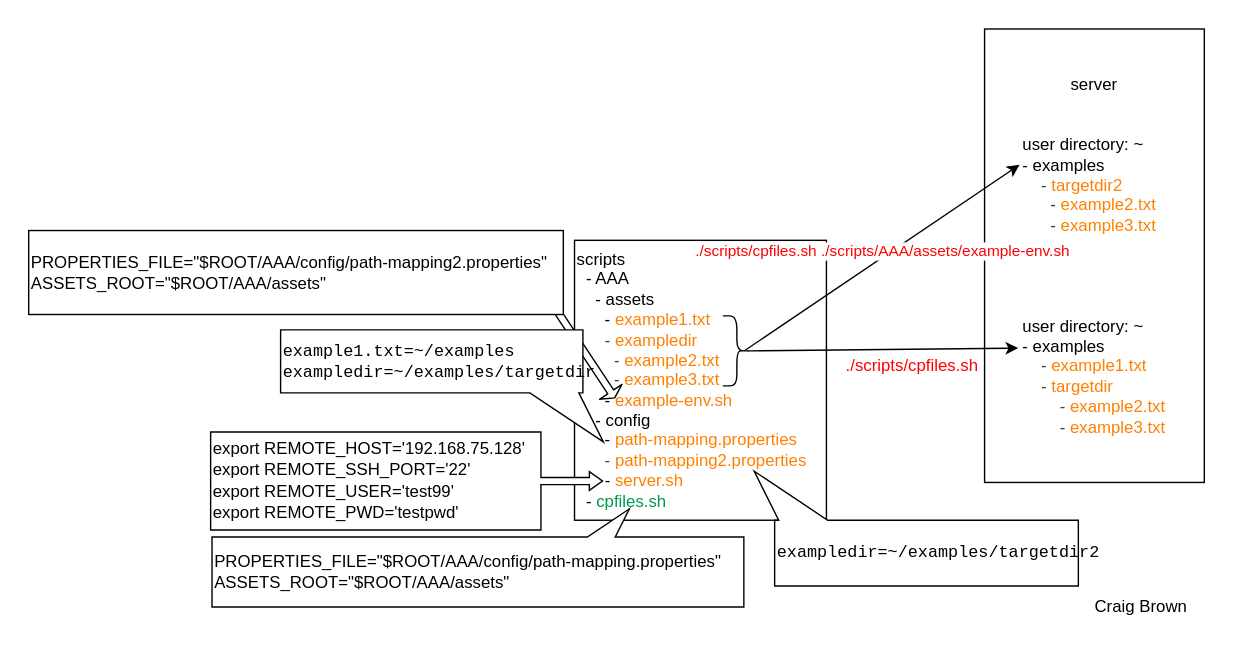
Above: docs/assets/scripts/cpfiles.svg in saidake/simi-sandbox (draw.io), before the change. Source tidied: cells renumbered, new cells last; positions are measured from the earlier drawing's top-left corner, leaving out a move shared by most shapes.
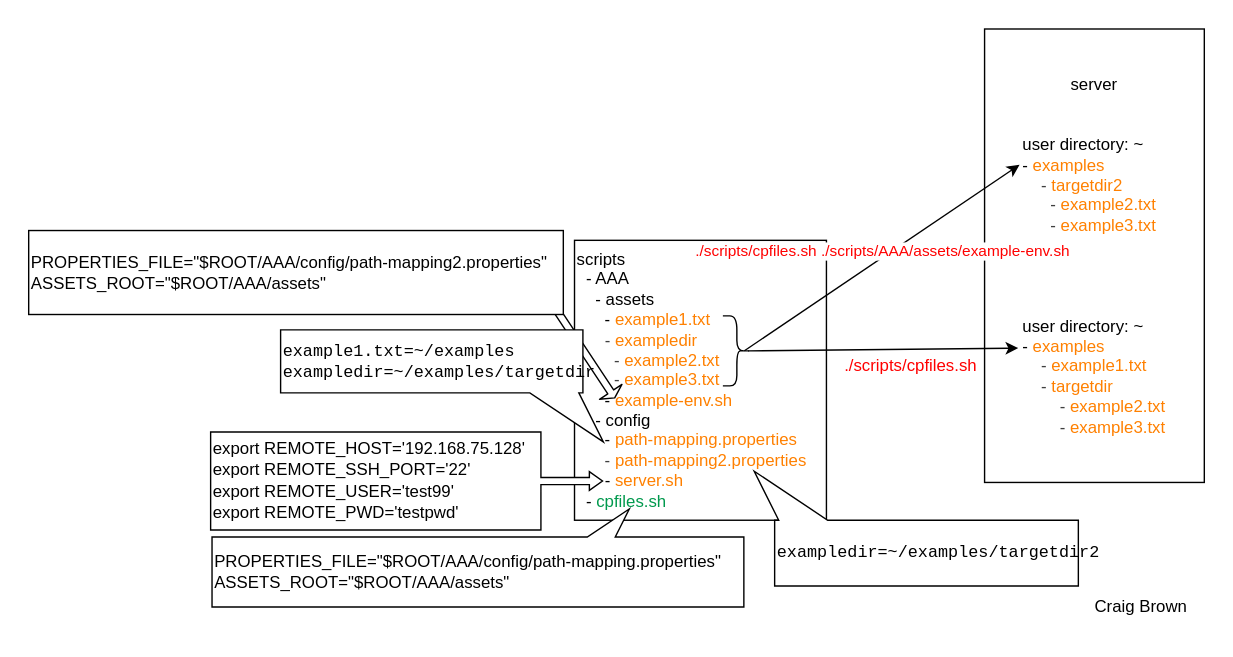
After the change.

What changed in the source:
```diff
@@ -2,7 +2,7 @@
   <root>
     <mxCell id="0" />
     <mxCell id="1" parent="0" />
-    <mxCell id="2" value="&lt;span style=&quot;color: rgb(0, 0, 0);&quot;&gt;server&lt;/span&gt;&lt;div&gt;&lt;br&gt;&lt;/div&gt;&lt;div style=&quot;text-align: left;&quot;&gt;&lt;br&gt;&lt;/div&gt;&lt;div style=&quot;text-align: left;&quot;&gt;&lt;div&gt;user directory: ~&lt;/div&gt;&lt;div style=&quot;text-align: center;&quot;&gt;&lt;div style=&quot;text-align: left;&quot;&gt;- examples&lt;/div&gt;&lt;div style=&quot;text-align: left;&quot;&gt;&lt;font style=&quot;background-color: transparent; color: rgb(255, 128, 0);&quot;&gt;&amp;nbsp; &amp;nbsp;&amp;nbsp;&lt;span style=&quot;color: rgb(63, 63, 63);&quot;&gt;-&amp;nbsp;&lt;/span&gt;targetdir2&lt;/font&gt;&lt;/div&gt;&lt;/div&gt;&lt;div&gt;&amp;nbsp; &amp;nbsp; &amp;nbsp;&amp;nbsp;&lt;font style=&quot;color: rgb(255, 128, 0);&quot;&gt;&lt;span style=&quot;color: rgb(63, 63, 63);&quot;&gt;-&amp;nbsp;&lt;/span&gt;example2.txt&lt;/font&gt;&lt;/div&gt;&lt;div&gt;&amp;nbsp; &amp;nbsp; &amp;nbsp;&amp;nbsp;&lt;font style=&quot;color: rgb(255, 128, 0);&quot;&gt;&lt;span style=&quot;color: rgb(63, 63, 63);&quot;&gt;-&amp;nbsp;&lt;/span&gt;example3.txt&lt;/font&gt;&lt;/div&gt;&lt;/div&gt;&lt;div style=&quot;text-align: left;&quot;&gt;&lt;br&gt;&lt;/div&gt;&lt;div style=&quot;text-align: left;&quot;&gt;&lt;br&gt;&lt;/div&gt;&lt;div style=&quot;text-align: left;&quot;&gt;&lt;br&gt;&lt;/div&gt;&lt;div style=&quot;text-align: left;&quot;&gt;&lt;br&gt;&lt;/div&gt;&lt;div style=&quot;text-align: left;&quot;&gt;user directory: ~&lt;/div&gt;&lt;div&gt;&lt;div style=&quot;text-align: left;&quot;&gt;&lt;span style=&quot;background-color: transparent;&quot;&gt;- examples&lt;/span&gt;&lt;/div&gt;&lt;div style=&quot;text-align: left;&quot;&gt;&lt;span style=&quot;background-color: transparent;&quot;&gt;&amp;nbsp; &amp;nbsp;&amp;nbsp;&lt;/span&gt;&lt;span style=&quot;color: rgb(63, 63, 63);&quot;&gt;-&amp;nbsp;&lt;/span&gt;&lt;span style=&quot;background-color: transparent;&quot;&gt;&lt;font style=&quot;color: rgb(255, 128, 0);&quot;&gt;example1.txt&lt;/font&gt;&lt;/span&gt;&lt;/div&gt;&lt;div style=&quot;text-align: left;&quot;&gt;&lt;span style=&quot;background-color: transparent;&quot;&gt;&lt;font style=&quot;color: rgb(255, 128, 0);&quot;&gt;&amp;nbsp; &amp;nbsp;&amp;nbsp;&lt;/font&gt;&lt;/span&gt;&lt;span style=&quot;color: rgb(63, 63, 63);&quot;&gt;-&amp;nbsp;&lt;/span&gt;&lt;span style=&quot;background-color: transparent;&quot;&gt;&lt;font style=&quot;color: rgb(255, 128, 0);&quot;&gt;targetdir&lt;/font&gt;&lt;/span&gt;&lt;/div&gt;&lt;/div&gt;&lt;div style=&quot;text-align: left;&quot;&gt;&amp;nbsp; &amp;nbsp; &amp;nbsp; &amp;nbsp;&amp;nbsp;&lt;font style=&quot;color: rgb(255, 128, 0);&quot;&gt;&lt;span style=&quot;color: rgb(63, 63, 63);&quot;&gt;-&amp;nbsp;&lt;/span&gt;example2.txt&lt;/font&gt;&lt;/div&gt;&lt;div style=&quot;text-align: left;&quot;&gt;&amp;nbsp; &amp;nbsp; &amp;nbsp; &amp;nbsp;&amp;nbsp;&lt;font style=&quot;color: rgb(255, 128, 0);&quot;&gt;&lt;span style=&quot;color: rgb(63, 63, 63);&quot;&gt;-&amp;nbsp;&lt;/span&gt;example3.txt&lt;/font&gt;&lt;/div&gt;" style="rounded=0;whiteSpace=wrap;html=1;fillColor=#FFFFFF;" parent="1" vertex="1">
+    <mxCell id="2" value="&lt;span style=&quot;color: rgb(0, 0, 0);&quot;&gt;server&lt;/span&gt;&lt;div&gt;&lt;br&gt;&lt;/div&gt;&lt;div style=&quot;text-align: left;&quot;&gt;&lt;br&gt;&lt;/div&gt;&lt;div style=&quot;text-align: left;&quot;&gt;&lt;div&gt;user directory: ~&lt;/div&gt;&lt;div style=&quot;text-align: center;&quot;&gt;&lt;div style=&quot;text-align: left;&quot;&gt;- &lt;font style=&quot;color: rgb(255, 128, 0);&quot;&gt;examples&lt;/font&gt;&lt;/div&gt;&lt;div style=&quot;text-align: left;&quot;&gt;&lt;font style=&quot;background-color: transparent; color: rgb(255, 128, 0);&quot;&gt;&amp;nbsp; &amp;nbsp;&amp;nbsp;&lt;span style=&quot;color: rgb(63, 63, 63);&quot;&gt;-&amp;nbsp;&lt;/span&gt;targetdir2&lt;/font&gt;&lt;/div&gt;&lt;/div&gt;&lt;div&gt;&amp;nbsp; &amp;nbsp; &amp;nbsp;&amp;nbsp;&lt;font style=&quot;color: rgb(255, 128, 0);&quot;&gt;&lt;span style=&quot;color: rgb(63, 63, 63);&quot;&gt;-&amp;nbsp;&lt;/span&gt;example2.txt&lt;/font&gt;&lt;/div&gt;&lt;div&gt;&amp;nbsp; &amp;nbsp; &amp;nbsp;&amp;nbsp;&lt;font style=&quot;color: rgb(255, 128, 0);&quot;&gt;&lt;span style=&quot;color: rgb(63, 63, 63);&quot;&gt;-&amp;nbsp;&lt;/span&gt;example3.txt&lt;/font&gt;&lt;/div&gt;&lt;/div&gt;&lt;div style=&quot;text-align: left;&quot;&gt;&lt;br&gt;&lt;/div&gt;&lt;div style=&quot;text-align: left;&quot;&gt;&lt;br&gt;&lt;/div&gt;&lt;div style=&quot;text-align: left;&quot;&gt;&lt;br&gt;&lt;/div&gt;&lt;div style=&quot;text-align: left;&quot;&gt;&lt;br&gt;&lt;/div&gt;&lt;div style=&quot;text-align: left;&quot;&gt;user directory: ~&lt;/div&gt;&lt;div&gt;&lt;div style=&quot;text-align: left;&quot;&gt;&lt;span style=&quot;background-color: transparent;&quot;&gt;- &lt;font style=&quot;color: rgb(255, 128, 0);&quot;&gt;examples&lt;/font&gt;&lt;/span&gt;&lt;/div&gt;&lt;div style=&quot;text-align: left;&quot;&gt;&lt;span style=&quot;background-color: transparent;&quot;&gt;&amp;nbsp; &amp;nbsp;&amp;nbsp;&lt;/span&gt;&lt;span style=&quot;color: rgb(63, 63, 63);&quot;&gt;-&amp;nbsp;&lt;/span&gt;&lt;span style=&quot;background-color: transparent;&quot;&gt;&lt;font style=&quot;color: rgb(255, 128, 0);&quot;&gt;example1.txt&lt;/font&gt;&lt;/span&gt;&lt;/div&gt;&lt;div style=&quot;text-align: left;&quot;&gt;&lt;span style=&quot;background-color: transparent;&quot;&gt;&lt;font style=&quot;color: rgb(255, 128, 0);&quot;&gt;&amp;nbsp; &amp;nbsp;&amp;nbsp;&lt;/font&gt;&lt;/span&gt;&lt;span style=&quot;color: rgb(63, 63, 63);&quot;&gt;-&amp;nbsp;&lt;/span&gt;&lt;span style=&quot;background-color: transparent;&quot;&gt;&lt;font style=&quot;color: rgb(255, 128, 0);&quot;&gt;targetdir&lt;/font&gt;&lt;/span&gt;&lt;/div&gt;&lt;/div&gt;&lt;div style=&quot;text-align: left;&quot;&gt;&amp;nbsp; &amp;nbsp; &amp;nbsp; &amp;nbsp;&amp;nbsp;&lt;font style=&quot;color: rgb(255, 128, 0);&quot;&gt;&lt;span style=&quot;color: rgb(63, 63, 63);&quot;&gt;-&amp;nbsp;&lt;/span&gt;example2.txt&lt;/font&gt;&lt;/div&gt;&lt;div style=&quot;text-align: left;&quot;&gt;&amp;nbsp; &amp;nbsp; &amp;nbsp; &amp;nbsp;&amp;nbsp;&lt;font style=&quot;color: rgb(255, 128, 0);&quot;&gt;&lt;span style=&quot;color: rgb(63, 63, 63);&quot;&gt;-&amp;nbsp;&lt;/span&gt;example3.txt&lt;/font&gt;&lt;/div&gt;" style="rounded=0;whiteSpace=wrap;html=1;fillColor=#FFFFFF;" parent="1" vertex="1">
       <mxGeometry x="683" width="157" height="324" as="geometry" />
     </mxCell>
     <mxCell id="3" value="&lt;div&gt;&lt;br&gt;&lt;/div&gt;scripts&lt;div&gt;&amp;nbsp; - AAA&lt;/div&gt;&lt;div&gt;&amp;nbsp; &amp;nbsp; - assets&lt;/div&gt;&lt;div&gt;&amp;nbsp; &amp;nbsp; &amp;nbsp; - &lt;font style=&quot;color: rgb(255, 128, 0);&quot;&gt;example1.txt&lt;/font&gt;&lt;/div&gt;&lt;div&gt;&lt;font style=&quot;color: rgb(255, 128, 0);&quot;&gt;&amp;nbsp; &amp;nbsp; &amp;nbsp;&amp;nbsp;&lt;/font&gt;&lt;span style=&quot;color: rgb(63, 63, 63); background-color: transparent;&quot;&gt;- &lt;/span&gt;&lt;span style=&quot;background-color: transparent;&quot;&gt;&lt;font style=&quot;color: rgb(255, 128, 0);&quot;&gt;exampledir&lt;/font&gt;&lt;/span&gt;&lt;/div&gt;&lt;div&gt;&lt;span style=&quot;color: rgb(63, 63, 63); background-color: transparent;&quot;&gt;&amp;nbsp; &amp;nbsp; &amp;nbsp; &amp;nbsp; - &lt;/span&gt;&lt;span style=&quot;background-color: transparent;&quot;&gt;&lt;font style=&quot;color: rgb(255, 128, 0);&quot;&gt;example2.txt&lt;/font&gt;&lt;/span&gt;&lt;/div&gt;&lt;div&gt;&lt;span style=&quot;color: rgb(63, 63, 63); background-color: transparent;&quot;&gt;&amp;nbsp; &amp;nbsp; &amp;nbsp; &amp;nbsp; - &lt;/span&gt;&lt;span style=&quot;background-color: transparent;&quot;&gt;&lt;font style=&quot;color: rgb(255, 128, 0);&quot;&gt;example3.txt&lt;/font&gt;&lt;/span&gt;&lt;/div&gt;&lt;div&gt;&amp;nbsp; &amp;nbsp; &amp;nbsp; - &lt;font style=&quot;color: rgb(255, 128, 0);&quot;&gt;example-env.sh&lt;/font&gt;&lt;/div&gt;&lt;div&gt;&amp;nbsp; &amp;nbsp; - config&lt;/div&gt;&lt;div&gt;&amp;nbsp; &amp;nbsp; &amp;nbsp; - &lt;font style=&quot;color: rgb(255, 128, 0);&quot;&gt;path-mapping.properties&lt;/font&gt;&lt;/div&gt;&lt;div&gt;&lt;font&gt;&lt;span style=&quot;color: rgb(63, 63, 63);&quot;&gt;&amp;nbsp; &amp;nbsp; &amp;nbsp; -&amp;nbsp;&lt;/span&gt;&lt;font style=&quot;color: rgb(255, 128, 0);&quot;&gt;path-mapping2.properties&lt;/font&gt;&lt;/font&gt;&lt;/div&gt;&lt;div&gt;&lt;font style=&quot;color: rgb(255, 128, 0);&quot;&gt;&amp;nbsp; &amp;nbsp; &amp;nbsp;&amp;nbsp;&lt;/font&gt;&lt;font style=&quot;color: rgb(0, 0, 0);&quot;&gt;- &lt;/font&gt;&lt;font style=&quot;color: rgb(255, 128, 0);&quot;&gt;server.sh&lt;/font&gt;&lt;/div&gt;&lt;div&gt;&amp;nbsp; - &lt;font style=&quot;color: rgb(0, 153, 77);&quot;&gt;cpfiles.sh&lt;/font&gt;&lt;/div&gt;&lt;div&gt;&lt;br&gt;&lt;/div&gt;" style="rounded=0;whiteSpace=wrap;html=1;align=left;fillColor=#FFFFFF;" parent="1" vertex="1">
```
